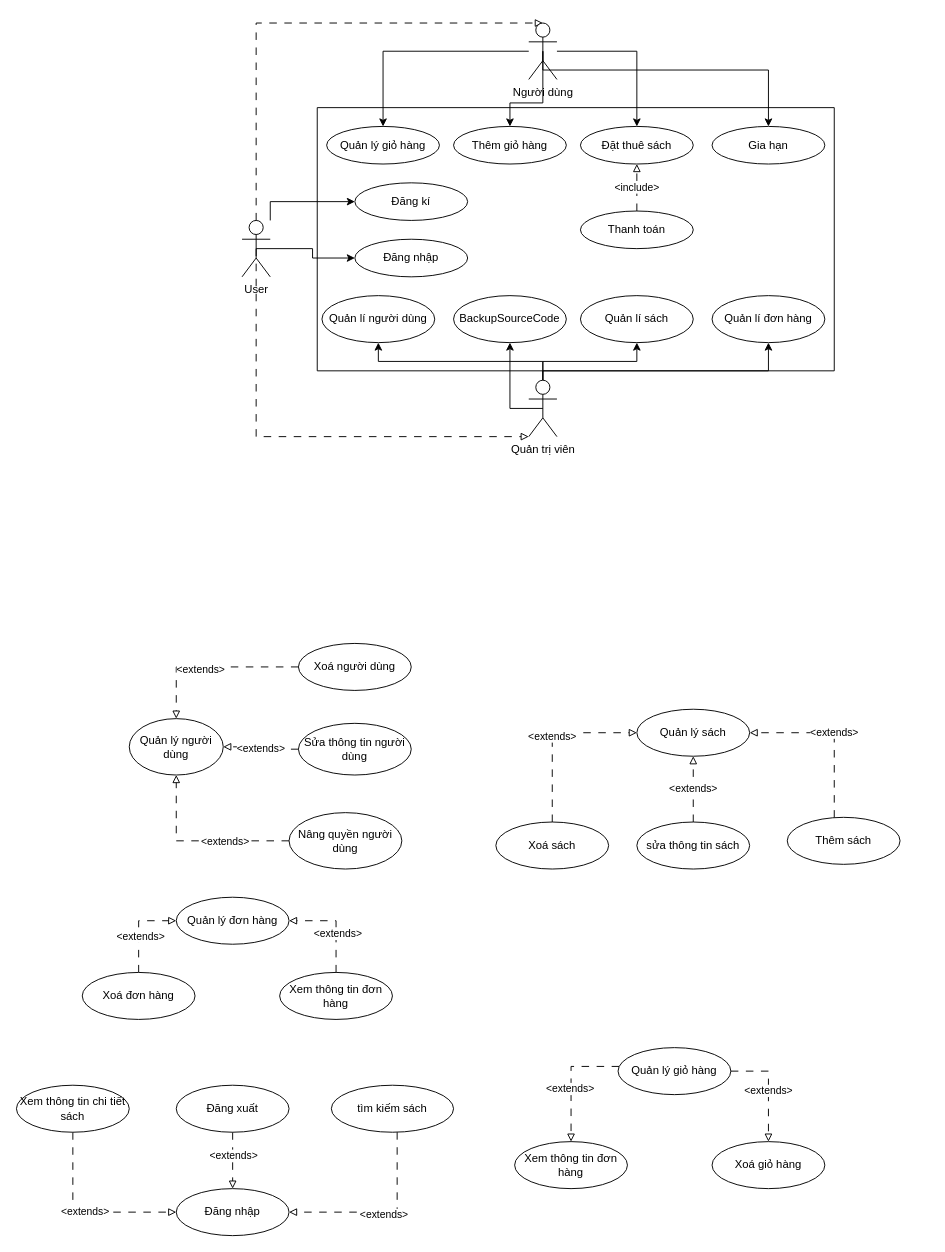
This is Untitled Diagram.drawio from leehoang21/uml, a draw.io file, before an edit. Source tidied: cells renumbered, new cells numbered last; positions are measured from the earlier drawing's top-left corner, leaving out a move shared by most shapes. Both pictures are drawn from the tidied source at 94%, with x=0, y=0 at pixel (16, 23).
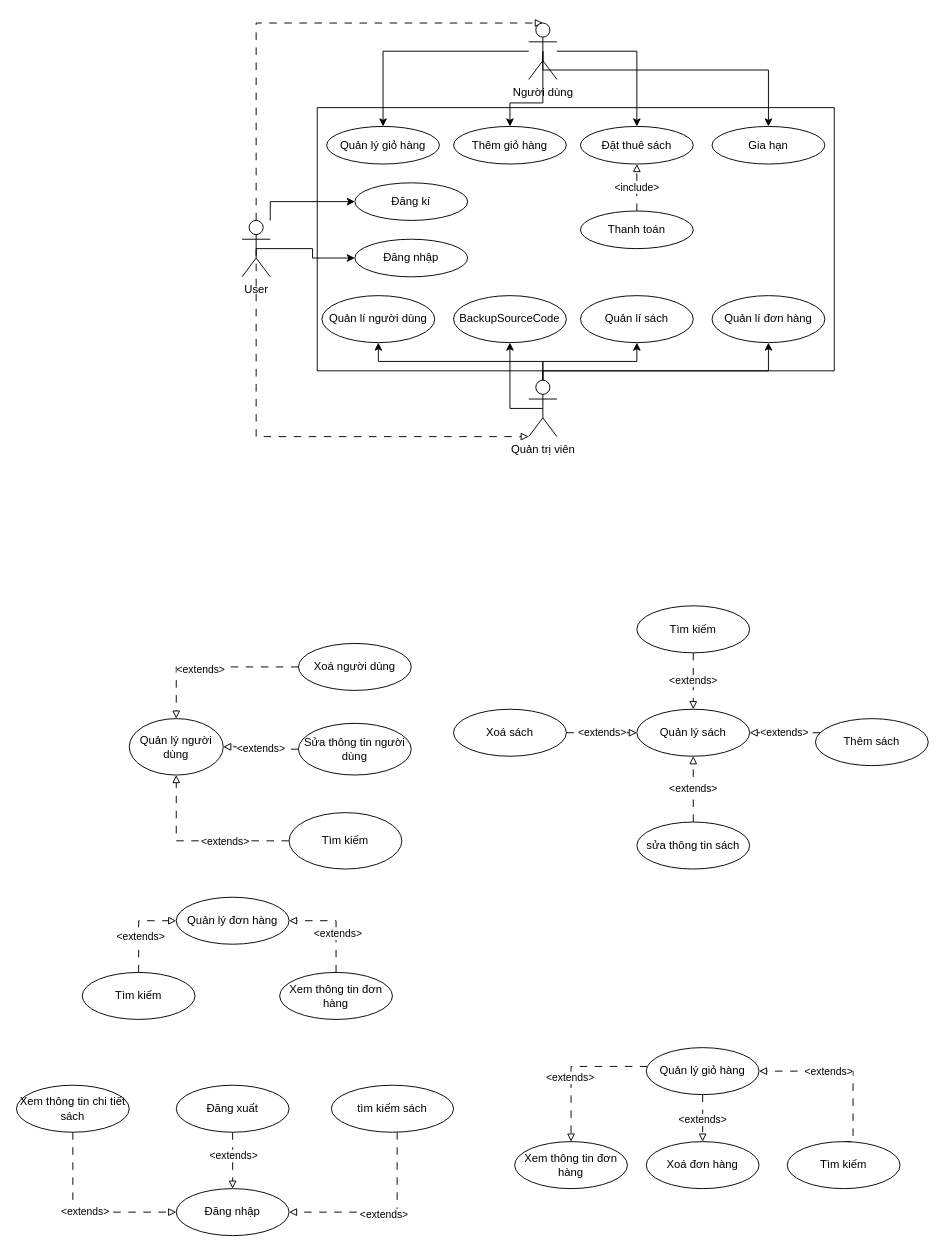
The same diagram, later.

The change refers to these unchanged cells:
```xml
<mxCell id="32" value="Quản lý sách" style="ellipse;whiteSpace=wrap;html=1;align=center;" parent="1" vertex="1">
  <mxGeometry x="660" y="730" width="120" height="50" as="geometry" />
</mxCell>
```

What changed in the source:
```diff
@@
     <mxCell id="34" value="Thêm sách" style="ellipse;whiteSpace=wrap;html=1;" parent="1" vertex="1">
-      <mxGeometry x="820" y="845" width="120" height="50" as="geometry" />
+      <mxGeometry x="850" y="740" width="120" height="50" as="geometry" />
     </mxCell>
-    <mxCell id="35" style="edgeStyle=orthogonalEdgeStyle;rounded=0;jettySize=auto;html=1;exitX=0.5;exitY=0;exitDx=0;exitDy=0;entryX=0;entryY=0.5;entryDx=0;entryDy=0;dashed=1;dashPattern=8 8;endArrow=block;endFill=0;" parent="1" edge="1" source="37" target="32">
+    <mxCell id="35" style="edgeStyle=orthogonalEdgeStyle;rounded=0;jettySize=auto;html=1;exitX=1;exitY=0.5;exitDx=0;exitDy=0;entryX=0;entryY=0.5;entryDx=0;entryDy=0;dashed=1;dashPattern=8 8;endArrow=block;endFill=0;" parent="1" edge="1" source="37" target="32">
       <mxGeometry relative="1" as="geometry" />
     </mxCell>
@@
     <mxCell id="37" value="Xoá sách" style="ellipse;whiteSpace=wrap;html=1;" parent="1" vertex="1">
-      <mxGeometry x="510" y="850" width="120" height="50" as="geometry" />
+      <mxGeometry x="465" y="730" width="120" height="50" as="geometry" />
     </mxCell>
@@
-    <mxCell id="43" value="Xoá đơn hàng" style="ellipse;whiteSpace=wrap;html=1;" parent="1" vertex="1">
+    <mxCell id="43" value="Tìm kiếm" style="ellipse;whiteSpace=wrap;html=1;" parent="1" vertex="1">
       <mxGeometry x="70" y="1010" width="120" height="50" as="geometry" />
     </mxCell>
@@
-    <mxCell id="49" style="edgeStyle=orthogonalEdgeStyle;rounded=0;jettySize=auto;html=1;exitX=1;exitY=0.5;exitDx=0;exitDy=0;dashed=1;dashPattern=8 8;endArrow=block;endFill=0;" parent="1" edge="1" source="51" target="52">
+    <mxCell id="49" style="edgeStyle=orthogonalEdgeStyle;rounded=0;jettySize=auto;html=1;exitX=0.5;exitY=1;exitDx=0;exitDy=0;dashed=1;dashPattern=8 8;endArrow=block;endFill=0;" parent="1" edge="1" source="51" target="52">
       <mxGeometry relative="1" as="geometry" />
     </mxCell>
@@
     <mxCell id="51" value="Quản lý giỏ hàng" style="ellipse;whiteSpace=wrap;html=1;" parent="1" vertex="1">
-      <mxGeometry x="640" y="1090" width="120" height="50" as="geometry" />
+      <mxGeometry x="670" y="1090" width="120" height="50" as="geometry" />
     </mxCell>
-    <mxCell id="52" value="Xoá giỏ hàng" style="ellipse;whiteSpace=wrap;html=1;" parent="1" vertex="1">
-      <mxGeometry x="740" y="1190" width="120" height="50" as="geometry" />
+    <mxCell id="52" value="Xoá đơn hàng" style="ellipse;whiteSpace=wrap;html=1;" parent="1" vertex="1">
+      <mxGeometry x="670" y="1190" width="120" height="50" as="geometry" />
     </mxCell>
@@
-    <mxCell id="67" value="Nâng quyền người dùng" style="ellipse;whiteSpace=wrap;html=1;" parent="1" vertex="1">
+    <mxCell id="67" value="Tìm kiếm" style="ellipse;whiteSpace=wrap;html=1;" parent="1" vertex="1">
       <mxGeometry x="290" y="840" width="120" height="60" as="geometry" />
     </mxCell>
@@
+    <mxCell id="70" value="&amp;lt;extends&amp;gt;" style="edgeStyle=orthogonalEdgeStyle;rounded=0;jettySize=auto;html=1;entryX=0.5;entryY=0;entryDx=0;entryDy=0;dashed=1;dashPattern=8 8;endArrow=block;endFill=0;" parent="1" edge="1" source="71" target="32">
+      <mxGeometry relative="1" as="geometry" />
+    </mxCell>
+    <mxCell id="71" value="Tìm kiếm" style="ellipse;whiteSpace=wrap;html=1;" parent="1" vertex="1">
+      <mxGeometry x="660" y="620" width="120" height="50" as="geometry" />
+    </mxCell>
+    <mxCell id="72" style="edgeStyle=orthogonalEdgeStyle;rounded=0;jettySize=auto;html=1;entryX=1;entryY=0.5;entryDx=0;entryDy=0;dashed=1;dashPattern=8 8;endArrow=block;endFill=0;exitX=0.5;exitY=0;exitDx=0;exitDy=0;" parent="1" edge="1" source="74" target="51">
+      <mxGeometry relative="1" as="geometry">
+        <Array as="points">
+          <mxPoint x="890" y="1115" />
+        </Array>
+      </mxGeometry>
+    </mxCell>
+    <mxCell id="73" value="&amp;lt;extends&amp;gt;" style="edgeLabel;html=1;align=center;verticalAlign=middle;" parent="72" vertex="1">
+      <mxGeometry x="0.21" relative="1" as="geometry" />
+    </mxCell>
+    <mxCell id="74" value="Tìm kiếm" style="ellipse;whiteSpace=wrap;html=1;" parent="1" vertex="1">
+      <mxGeometry x="820" y="1190" width="120" height="50" as="geometry" />
+    </mxCell>
```
